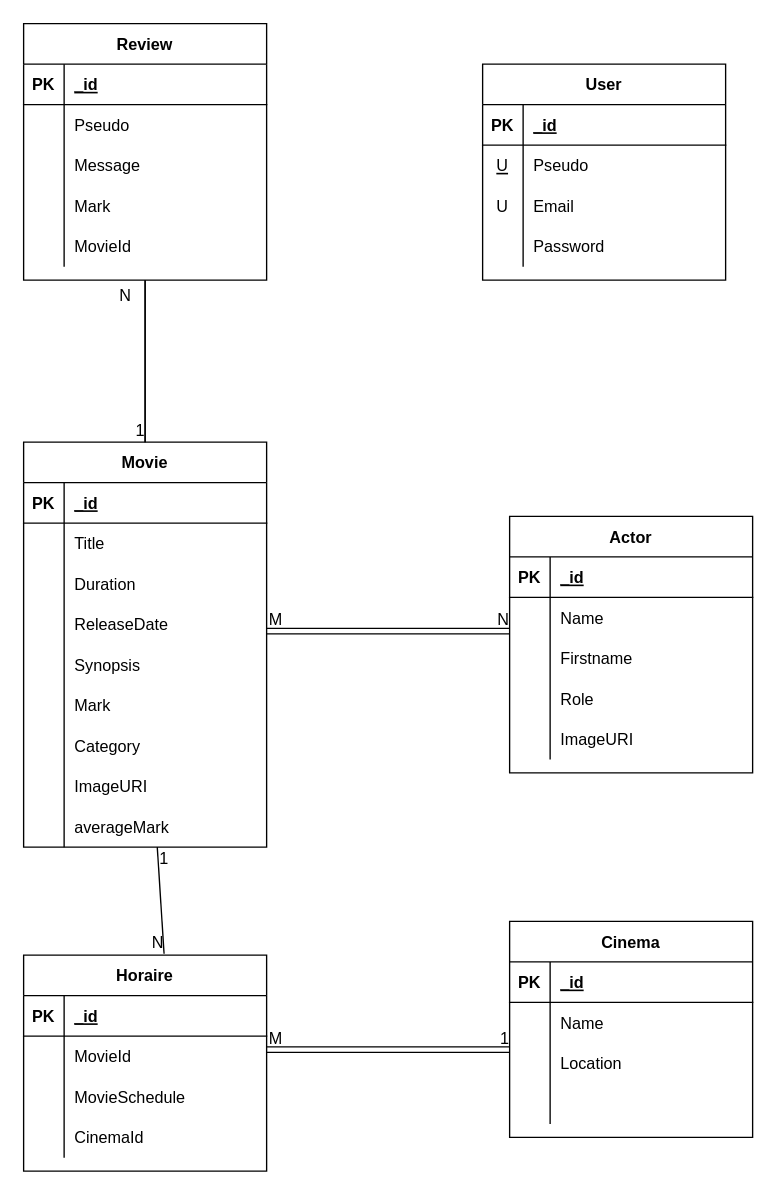
Before: Doc/MCD/AluilCineMCD.drawio in thomasMagalhaes30/AluilCine, a draw.io diagram. Source tidied: cells renumbered, new cells numbered last; positions are measured from the earlier drawing's top-left corner, leaving out a move shared by most shapes. Both pictures are drawn from the tidied source at 135%, with x=0, y=0 at pixel (23, 23).
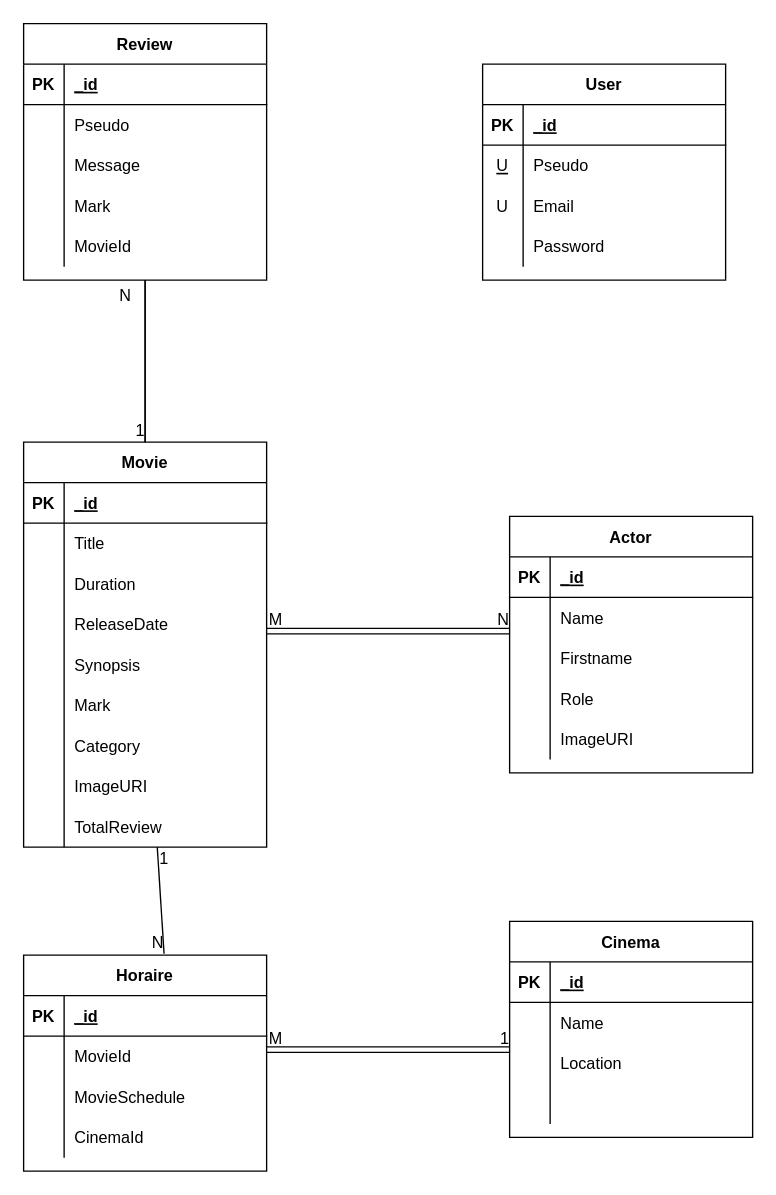
After the change.

Commit message (it also covers changes not shown here):
modification MCD

Unchanged cells that the change refers to:
```xml
<mxCell id="27" style="shape=tableRow;horizontal=0;startSize=0;swimlaneHead=0;swimlaneBody=0;fillColor=none;points=[[0,0.5],[1,0.5]];portConstraint=eastwest;top=0;left=0;right=0;bottom=0;" parent="2" vertex="1">
  <mxGeometry y="270" width="180" height="30" as="geometry" />
</mxCell>
```

The edit, as a diff of the source:
```diff
@@
-    <mxCell id="29" value="averageMark" style="shape=partialRectangle;fillColor=none;top=0;left=0;bottom=0;right=0;align=left;spacingLeft=6;overflow=hidden;" parent="27" vertex="1">
+    <mxCell id="29" value="TotalReview" style="shape=partialRectangle;fillColor=none;top=0;left=0;bottom=0;right=0;align=left;spacingLeft=6;overflow=hidden;" parent="27" vertex="1">
       <mxGeometry x="30" width="150" height="30" as="geometry" />
     </mxCell>
```
